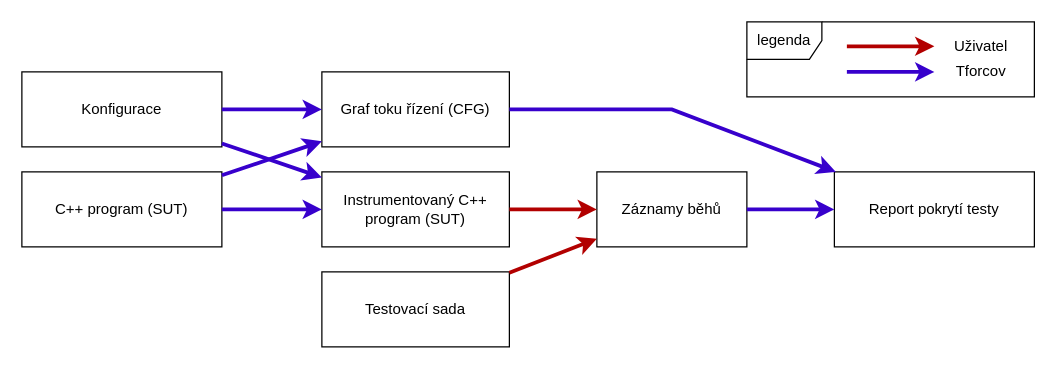
This is presentation_sut_flow.drawio from petkapou/DIP_diagrams, a draw.io file, before an edit. Source tidied: cells renumbered, new cells numbered last; positions are measured from the earlier drawing's top-left corner, leaving out a move shared by most shapes. Both pictures are drawn from the tidied source at 125%, with x=0, y=0 at pixel (21, 21).
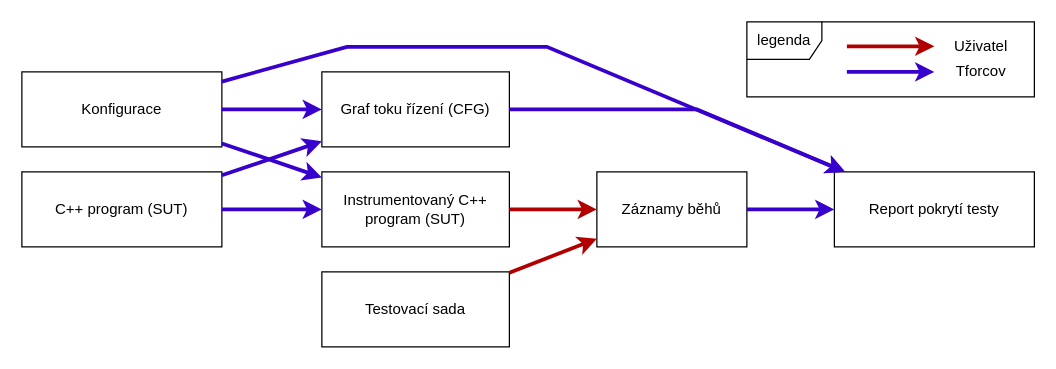
The same diagram, later.

Unchanged cells that the change refers to:
```xml
<mxCell id="3" value="Konfigurace" style="rounded=0;whiteSpace=wrap;html=1;" parent="1" vertex="1">
  <mxGeometry y="40" width="160" height="60" as="geometry" />
</mxCell>
<mxCell id="4" value="Report pokrytí testy" style="rounded=0;whiteSpace=wrap;html=1;" parent="1" vertex="1">
  <mxGeometry x="650" y="120" width="160" height="60" as="geometry" />
</mxCell>
<mxCell id="8" value="Graf toku řízení (CFG)" style="rounded=0;whiteSpace=wrap;html=1;" parent="1" vertex="1">
  <mxGeometry x="240" y="40" width="150" height="60" as="geometry" />
</mxCell>
```

The edit, as a diff of the source:
```diff
@@
     <mxCell id="9" style="endArrow=classic;html=1;rounded=0;startSize=6;strokeWidth=3;fillColor=#6a00ff;strokeColor=#3700CC;" parent="1" edge="1" source="8" target="4">
       <mxGeometry relative="1" as="geometry">
         <Array as="points">
-          <mxPoint x="520" y="70" />
+          <mxPoint x="540" y="70" />
         </Array>
       </mxGeometry>
     </mxCell>
@@
+    <mxCell id="22" style="endArrow=classic;html=1;rounded=0;startSize=6;strokeWidth=3;fillColor=#6a00ff;strokeColor=#3700CC;" parent="1" edge="1" source="3" target="4">
+      <mxGeometry relative="1" as="geometry">
+        <Array as="points">
+          <mxPoint x="260" y="20" />
+          <mxPoint x="420" y="20" />
+        </Array>
+      </mxGeometry>
+    </mxCell>
```
